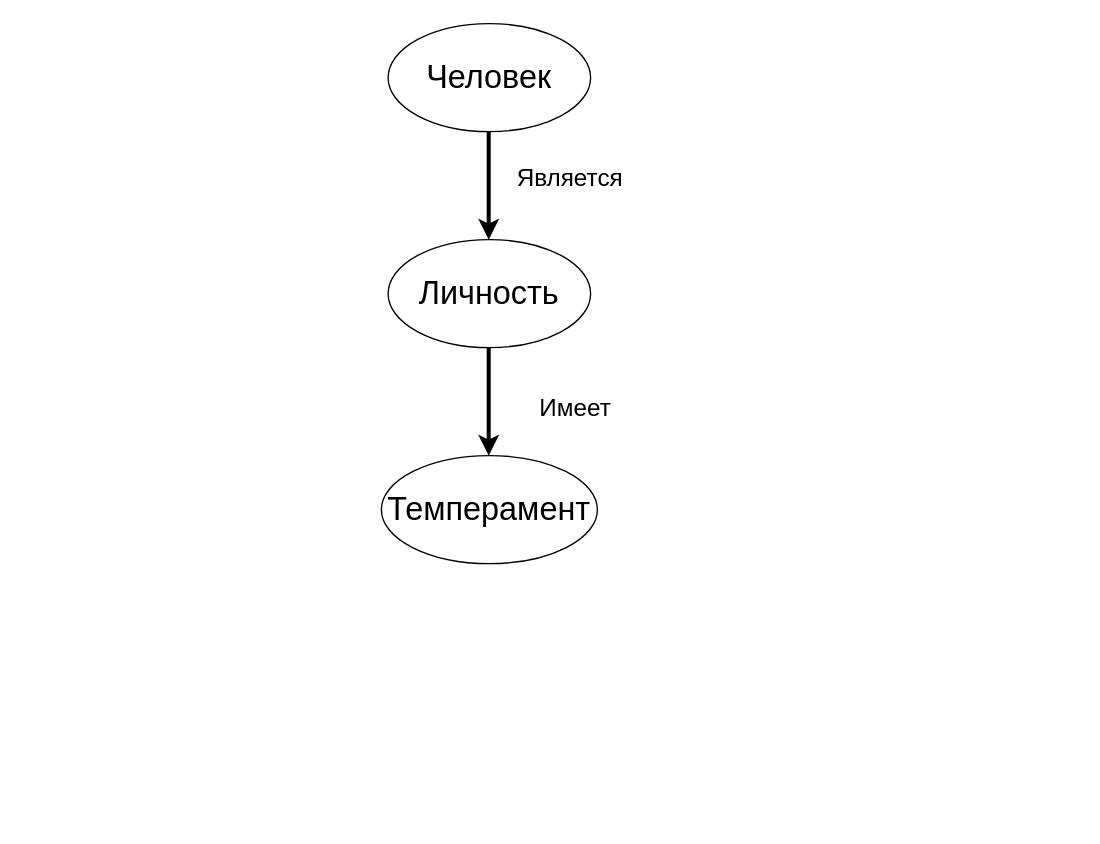
Before: Temperament.drawio in dibovdmitry/Expert-Systems, a draw.io diagram. Source tidied: cells renumbered, new cells numbered last; positions are measured from the earlier drawing's top-left corner, leaving out a move shared by most shapes. Both pictures are drawn from the tidied source at 135%, with x=0, y=0 at pixel (381, 23).
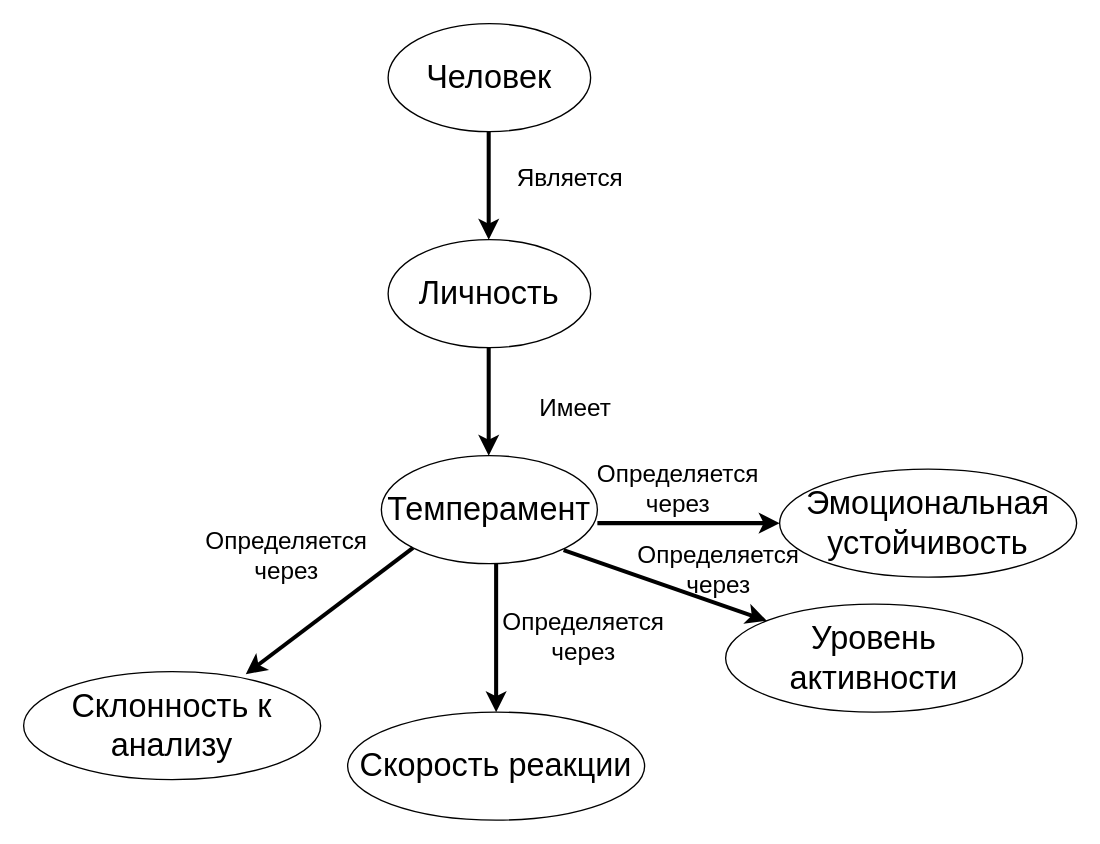
The same diagram, later.

The change refers to these unchanged cells:
```xml
<mxCell id="5" value="Темперамент" style="ellipse;whiteSpace=wrap;html=1;fontSize=24;" parent="1" vertex="1">
  <mxGeometry y="320" width="160" height="80" as="geometry" />
</mxCell>
```

Change to the diagram source:
```diff
@@
+    <mxCell id="9" style="endArrow=classic;html=1;rounded=0;fontSize=12;strokeWidth=3;" parent="1" edge="1">
+      <mxGeometry relative="1" as="geometry">
+        <mxPoint x="160" y="370" as="sourcePoint" />
+        <mxPoint x="295" y="370" as="targetPoint" />
+      </mxGeometry>
+    </mxCell>
+    <mxCell id="10" value="Определяется через" style="text;html=1;align=center;verticalAlign=middle;whiteSpace=wrap;rounded=0;fontSize=18;" parent="1" vertex="1">
+      <mxGeometry x="175" y="330" width="90" height="30" as="geometry" />
+    </mxCell>
+    <mxCell id="11" value="Эмоциональная устойчивость" style="ellipse;whiteSpace=wrap;html=1;fontSize=24;" parent="1" vertex="1">
+      <mxGeometry x="295" y="330" width="220" height="80" as="geometry" />
+    </mxCell>
+    <mxCell id="12" value="Определяется через" style="text;html=1;align=center;verticalAlign=middle;whiteSpace=wrap;rounded=0;fontSize=18;" parent="1" vertex="1">
+      <mxGeometry x="205" y="390" width="90" height="30" as="geometry" />
+    </mxCell>
+    <mxCell id="13" value="Уровень активности" style="ellipse;whiteSpace=wrap;html=1;fontSize=24;" parent="1" vertex="1">
+      <mxGeometry x="255" y="430" width="220" height="80" as="geometry" />
+    </mxCell>
+    <mxCell id="14" style="endArrow=classic;html=1;rounded=0;fontSize=12;strokeWidth=3;" parent="1" edge="1" target="13">
+      <mxGeometry relative="1" as="geometry">
+        <mxPoint x="135" y="390" as="sourcePoint" />
+      </mxGeometry>
+    </mxCell>
+    <mxCell id="15" style="endArrow=classic;html=1;rounded=0;fontSize=12;strokeWidth=3;" parent="1" edge="1">
+      <mxGeometry relative="1" as="geometry">
+        <mxPoint x="85" y="400" as="sourcePoint" />
+        <mxPoint x="85" y="510" as="targetPoint" />
+      </mxGeometry>
+    </mxCell>
+    <mxCell id="16" value="Скорость реакции" style="ellipse;whiteSpace=wrap;html=1;fontSize=24;" parent="1" vertex="1">
+      <mxGeometry x="-25" y="510" width="220" height="80" as="geometry" />
+    </mxCell>
+    <mxCell id="17" value="Склонность к анализу" style="ellipse;whiteSpace=wrap;html=1;fontSize=24;" parent="1" vertex="1">
+      <mxGeometry x="-265" y="480" width="220" height="80" as="geometry" />
+    </mxCell>
+    <mxCell id="18" value="Определяется через" style="text;html=1;align=center;verticalAlign=middle;whiteSpace=wrap;rounded=0;fontSize=18;" parent="1" vertex="1">
+      <mxGeometry x="105" y="440" width="90" height="30" as="geometry" />
+    </mxCell>
+    <mxCell id="19" style="endArrow=classic;html=1;rounded=0;fontSize=12;strokeWidth=3;entryX=0.748;entryY=0.024;entryDx=0;entryDy=0;entryPerimeter=0;exitX=0;exitY=1;exitDx=0;exitDy=0;" parent="1" edge="1" source="5" target="17">
+      <mxGeometry relative="1" as="geometry" />
+    </mxCell>
+    <mxCell id="20" value="Определяется через" style="text;html=1;align=center;verticalAlign=middle;whiteSpace=wrap;rounded=0;fontSize=18;" parent="1" vertex="1">
+      <mxGeometry x="-115" y="380" width="90" height="30" as="geometry" />
+    </mxCell>
```
